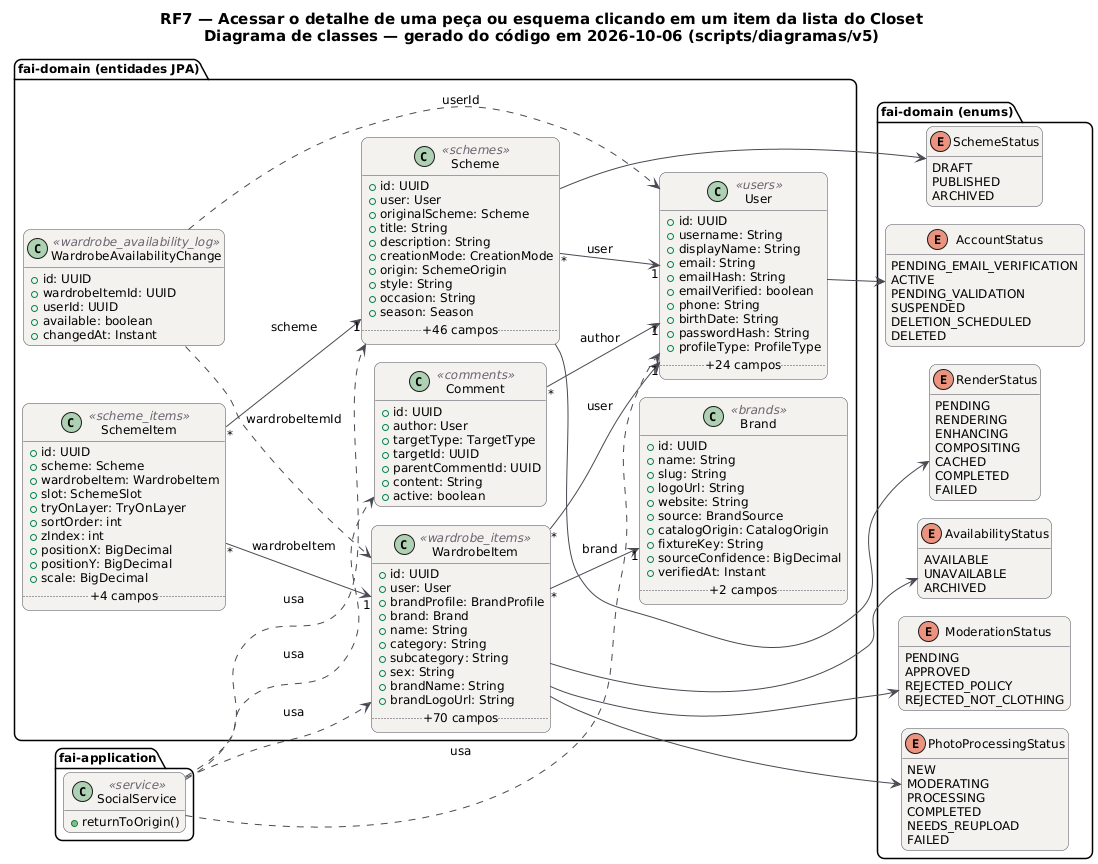
The PlantUML diagram docs/diagramas/RF7/RF7_Classes.png in MatheusHaliski/tcc-2026-fashion-ai-backend, before a commit.
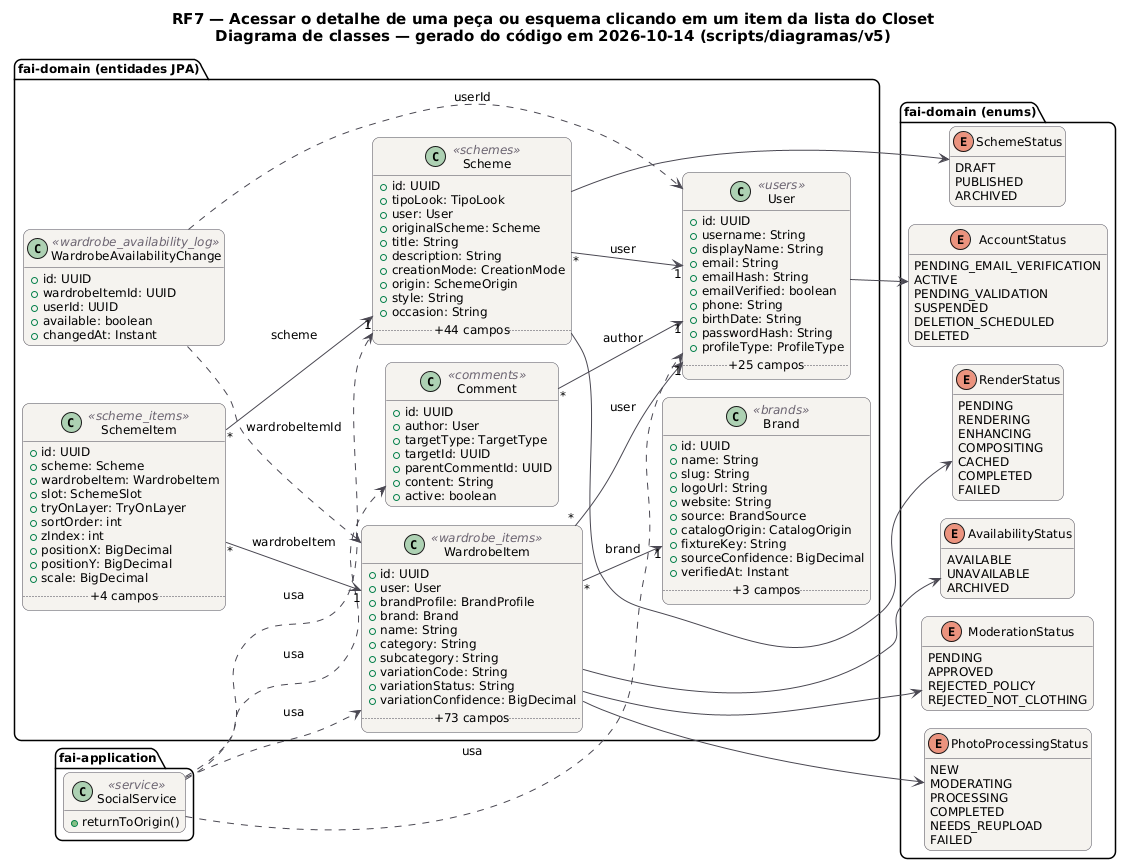
Above is the later version.

Change to the diagram source:
```diff
@@ -20,7 +20,7 @@
 }
 hide empty members
 left to right direction
-title RF7 — Acessar o detalhe de uma peça ou esquema clicando em um item da lista do Closet\nDiagrama de classes — gerado do código em 2026-10-06 (scripts/diagramas/v5)
+title RF7 — Acessar o detalhe de uma peça ou esquema clicando em um item da lista do Closet\nDiagrama de classes — gerado do código em 2026-10-14 (scripts/diagramas/v5)
 
 package "fai-domain (entidades JPA)" {
   class Brand <<brands>> {
@@ -34,7 +34,7 @@
     +fixtureKey: String
     +sourceConfidence: BigDecimal
     +verifiedAt: Instant
-    .. +2 campos ..
+    .. +3 campos ..
   }
   class Comment <<comments>> {
     +id: UUID
@@ -47,6 +47,7 @@
   }
   class Scheme <<schemes>> {
     +id: UUID
+    +tipoLook: TipoLook
     +user: User
     +originalScheme: Scheme
     +title: String
@@ -55,8 +56,7 @@
     +origin: SchemeOrigin
     +style: String
     +occasion: String
-    +season: Season
-    .. +46 campos ..
+    .. +44 campos ..
   }
   class SchemeItem <<scheme_items>> {
     +id: UUID
@@ -82,7 +82,7 @@
     +birthDate: String
     +passwordHash: String
     +profileType: ProfileType
-    .. +24 campos ..
+    .. +25 campos ..
   }
   class WardrobeAvailabilityChange <<wardrobe_availability_log>> {
     +id: UUID
@@ -99,10 +99,10 @@
     +name: String
     +category: String
     +subcategory: String
-    +sex: String
-    +brandName: String
-    +brandLogoUrl: String
-    .. +70 campos ..
+    +variationCode: String
+    +variationStatus: String
+    +variationConfidence: BigDecimal
+    .. +73 campos ..
   }
 }
 package "fai-domain (enums)" {
```
